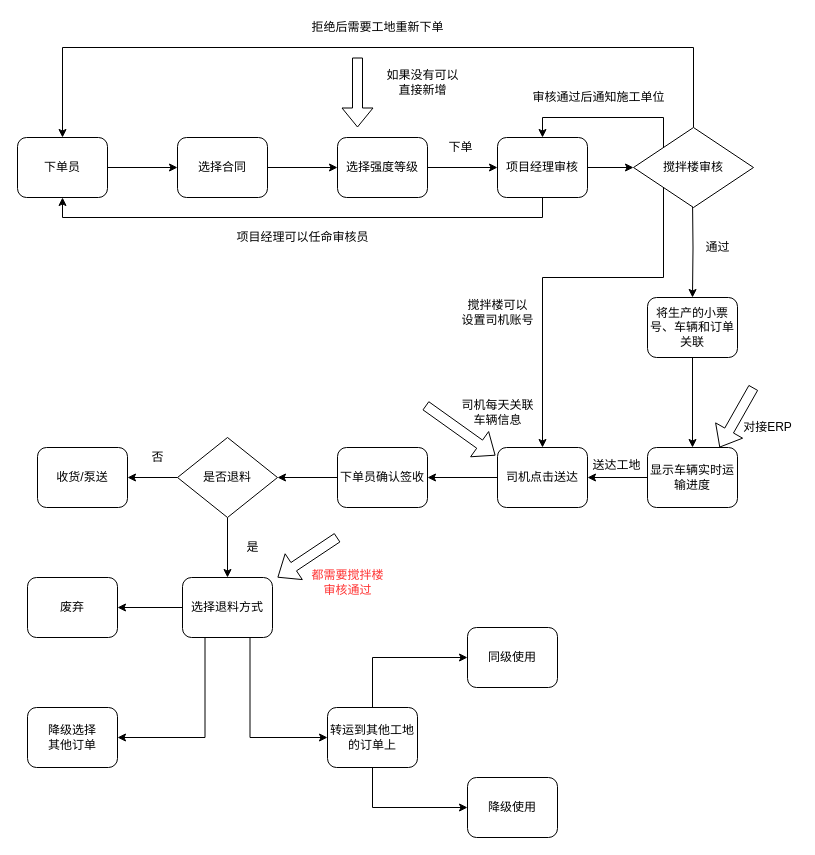
The draw.io diagram hnt/商砼下单流程.drawio in Napoleon1234/Draw, before the edit. Source tidied: cells renumbered, new cells numbered last; positions are measured from the earlier drawing's top-left corner, leaving out a move shared by most shapes. Both pictures are drawn from the tidied source at 100%, with x=0, y=0 at pixel (17, 17).
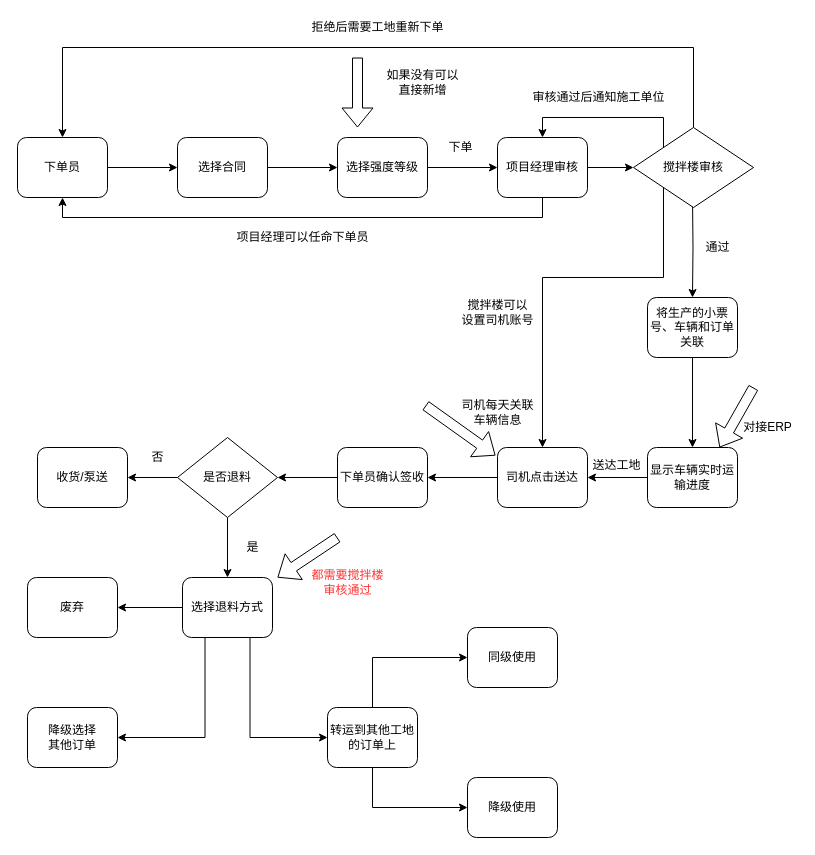
The same diagram, later.

Commit message:
更新商砼下单流程.drawio

What changed in the source:
```diff
@@
-    <mxCell id="14" value="项目经理可以任命审核员" style="text;html=1;align=center;verticalAlign=middle;fillColor=none;strokeColor=none;rounded=0;" parent="1" vertex="1">
+    <mxCell id="14" value="项目经理可以任命下单员" style="text;html=1;align=center;verticalAlign=middle;fillColor=none;strokeColor=none;rounded=0;" parent="1" vertex="1">
       <mxGeometry x="210" y="210" width="150" height="20" as="geometry" />
     </mxCell>
```
